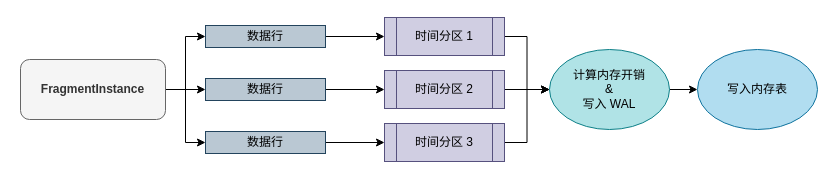
Above: 设计图/FragmentInstance写入MemTable流程.drawio in THUMarkLau/thuthesis (draw.io), before the change. Source tidied: cells renumbered, new cells numbered last; positions are measured from the earlier drawing's top-left corner, leaving out a move shared by most shapes. Both pictures are drawn from the tidied source at 100%, with x=0, y=0 at pixel (20, 17).
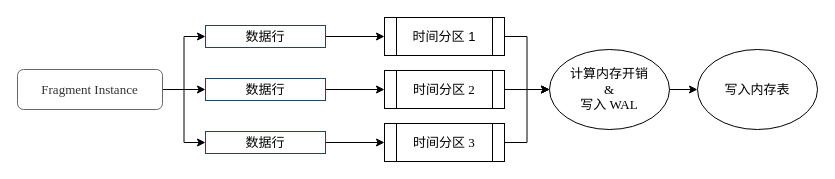
Above is the later version.

What changed in the source:
```diff
@@
-    <mxCell id="2" style="edgeStyle=orthogonalEdgeStyle;rounded=0;jettySize=auto;html=1;entryX=0;entryY=0.5;entryDx=0;entryDy=0;" parent="1" edge="1" source="5" target="7">
+    <mxCell id="2" style="edgeStyle=orthogonalEdgeStyle;rounded=0;jettySize=auto;html=1;entryX=0;entryY=0.5;entryDx=0;entryDy=0;fontFamily=Times New Roman;fontSize=13;" parent="1" edge="1" source="5" target="7">
       <mxGeometry relative="1" as="geometry" />
     </mxCell>
-    <mxCell id="3" style="edgeStyle=orthogonalEdgeStyle;rounded=0;jettySize=auto;html=1;" parent="1" edge="1" source="5" target="9">
+    <mxCell id="3" style="edgeStyle=orthogonalEdgeStyle;rounded=0;jettySize=auto;html=1;fontFamily=Times New Roman;fontSize=13;" parent="1" edge="1" source="5" target="9">
       <mxGeometry relative="1" as="geometry" />
     </mxCell>
-    <mxCell id="4" style="edgeStyle=orthogonalEdgeStyle;rounded=0;jettySize=auto;html=1;entryX=0;entryY=0.5;entryDx=0;entryDy=0;" parent="1" edge="1" source="5" target="11">
+    <mxCell id="4" style="edgeStyle=orthogonalEdgeStyle;rounded=0;jettySize=auto;html=1;entryX=0;entryY=0.5;entryDx=0;entryDy=0;fontFamily=Times New Roman;fontSize=13;" parent="1" edge="1" source="5" target="11">
       <mxGeometry relative="1" as="geometry" />
     </mxCell>
-    <mxCell id="5" value="&lt;b&gt;FragmentInstance&lt;/b&gt;" style="rounded=1;whiteSpace=wrap;html=1;fillColor=#f5f5f5;fontColor=#333333;strokeColor=#666666;" parent="1" vertex="1">
-      <mxGeometry y="42" width="145" height="60" as="geometry" />
+    <mxCell id="5" value="&lt;span style=&quot;font-size: 13px;&quot;&gt;Fragment Instance&lt;/span&gt;" style="rounded=1;whiteSpace=wrap;html=1;fillColor=none;fontColor=#333333;strokeColor=#666666;fontStyle=0;fontFamily=Times New Roman;fontSize=13;" parent="1" vertex="1">
+      <mxGeometry x="-3" y="52" width="145" height="40" as="geometry" />
     </mxCell>
-    <mxCell id="6" style="edgeStyle=orthogonalEdgeStyle;rounded=0;jettySize=auto;html=1;entryX=0;entryY=0.5;entryDx=0;entryDy=0;" parent="1" edge="1" source="7" target="13">
+    <mxCell id="6" style="edgeStyle=orthogonalEdgeStyle;rounded=0;jettySize=auto;html=1;entryX=0;entryY=0.5;entryDx=0;entryDy=0;fontFamily=Times New Roman;fontSize=13;" parent="1" edge="1" source="7" target="13">
       <mxGeometry relative="1" as="geometry" />
     </mxCell>
-    <mxCell id="7" value="数据行" style="rounded=0;whiteSpace=wrap;html=1;fillColor=#bac8d3;strokeColor=#23445d;" parent="1" vertex="1">
+    <mxCell id="7" value="数据行" style="rounded=0;whiteSpace=wrap;html=1;fillColor=none;strokeColor=#23445d;fontFamily=Times New Roman;fontSize=13;" parent="1" vertex="1">
       <mxGeometry x="185" y="8" width="120" height="22" as="geometry" />
     </mxCell>
-    <mxCell id="8" style="edgeStyle=orthogonalEdgeStyle;rounded=0;jettySize=auto;html=1;" parent="1" edge="1" source="9" target="15">
+    <mxCell id="8" style="edgeStyle=orthogonalEdgeStyle;rounded=0;jettySize=auto;html=1;fontFamily=Times New Roman;fontSize=13;" parent="1" edge="1" source="9" target="15">
       <mxGeometry relative="1" as="geometry" />
     </mxCell>
-    <mxCell id="9" value="数据行" style="rounded=0;whiteSpace=wrap;html=1;fillColor=#bac8d3;strokeColor=#23445d;" parent="1" vertex="1">
+    <mxCell id="9" value="数据行" style="rounded=0;whiteSpace=wrap;html=1;fillColor=none;strokeColor=#23445d;fontFamily=Times New Roman;fontSize=13;" parent="1" vertex="1">
       <mxGeometry x="185" y="61" width="120" height="22" as="geometry" />
     </mxCell>
-    <mxCell id="10" style="edgeStyle=orthogonalEdgeStyle;rounded=0;jettySize=auto;html=1;" parent="1" edge="1" source="11" target="17">
+    <mxCell id="10" style="edgeStyle=orthogonalEdgeStyle;rounded=0;jettySize=auto;html=1;fontFamily=Times New Roman;fontSize=13;" parent="1" edge="1" source="11" target="17">
       <mxGeometry relative="1" as="geometry" />
     </mxCell>
-    <mxCell id="11" value="数据行" style="rounded=0;whiteSpace=wrap;html=1;fillColor=#bac8d3;strokeColor=#23445d;" parent="1" vertex="1">
+    <mxCell id="11" value="数据行" style="rounded=0;whiteSpace=wrap;html=1;fillColor=none;strokeColor=#23445d;fontFamily=Times New Roman;fontSize=13;" parent="1" vertex="1">
       <mxGeometry x="185" y="114" width="120" height="22" as="geometry" />
     </mxCell>
-    <mxCell id="12" style="edgeStyle=orthogonalEdgeStyle;rounded=0;jettySize=auto;html=1;" parent="1" edge="1" source="13" target="19">
+    <mxCell id="12" style="edgeStyle=orthogonalEdgeStyle;rounded=0;jettySize=auto;html=1;fontFamily=Times New Roman;fontSize=13;" parent="1" edge="1" source="13" target="19">
       <mxGeometry relative="1" as="geometry" />
     </mxCell>
-    <mxCell id="13" value="时间分区 1" style="shape=process;whiteSpace=wrap;html=1;backgroundOutline=1;fillColor=#d0cee2;strokeColor=#56517e;" parent="1" vertex="1">
+    <mxCell id="13" value="时间分区 1" style="shape=process;whiteSpace=wrap;html=1;backgroundOutline=1;fillColor=none;strokeColor=#000000;fontSize=13;" parent="1" vertex="1">
       <mxGeometry x="364" width="120" height="38" as="geometry" />
     </mxCell>
-    <mxCell id="14" style="edgeStyle=orthogonalEdgeStyle;rounded=0;jettySize=auto;html=1;entryX=0;entryY=0.5;entryDx=0;entryDy=0;" parent="1" edge="1" source="15" target="19">
+    <mxCell id="14" style="edgeStyle=orthogonalEdgeStyle;rounded=0;jettySize=auto;html=1;entryX=0;entryY=0.5;entryDx=0;entryDy=0;fontFamily=Times New Roman;fontSize=13;" parent="1" edge="1" source="15" target="19">
       <mxGeometry relative="1" as="geometry" />
     </mxCell>
-    <mxCell id="15" value="时间分区 2" style="shape=process;whiteSpace=wrap;html=1;backgroundOutline=1;fillColor=#d0cee2;strokeColor=#56517e;" parent="1" vertex="1">
+    <mxCell id="15" value="时间分区 2" style="shape=process;whiteSpace=wrap;html=1;backgroundOutline=1;fillColor=none;strokeColor=#000000;fontFamily=Times New Roman;fontSize=13;" parent="1" vertex="1">
       <mxGeometry x="364" y="53" width="120" height="38" as="geometry" />
     </mxCell>
-    <mxCell id="16" style="edgeStyle=orthogonalEdgeStyle;rounded=0;jettySize=auto;html=1;entryX=0;entryY=0.5;entryDx=0;entryDy=0;" parent="1" edge="1" source="17" target="19">
+    <mxCell id="16" style="edgeStyle=orthogonalEdgeStyle;rounded=0;jettySize=auto;html=1;entryX=0;entryY=0.5;entryDx=0;entryDy=0;fontFamily=Times New Roman;fontSize=13;" parent="1" edge="1" source="17" target="19">
       <mxGeometry relative="1" as="geometry" />
     </mxCell>
-    <mxCell id="17" value="时间分区 3" style="shape=process;whiteSpace=wrap;html=1;backgroundOutline=1;fillColor=#d0cee2;strokeColor=#56517e;" parent="1" vertex="1">
+    <mxCell id="17" value="时间分区 3" style="shape=process;whiteSpace=wrap;html=1;backgroundOutline=1;fillColor=none;strokeColor=#000000;fontFamily=Times New Roman;fontSize=13;" parent="1" vertex="1">
       <mxGeometry x="364" y="106" width="120" height="38" as="geometry" />
     </mxCell>
-    <mxCell id="18" style="edgeStyle=orthogonalEdgeStyle;rounded=0;jettySize=auto;html=1;" parent="1" edge="1" source="19" target="20">
+    <mxCell id="18" style="edgeStyle=orthogonalEdgeStyle;rounded=0;jettySize=auto;html=1;fontFamily=Times New Roman;fontSize=13;" parent="1" edge="1" source="19" target="20">
       <mxGeometry relative="1" as="geometry" />
     </mxCell>
-    <mxCell id="19" value="计算内存开销&lt;br&gt;&amp;amp;&lt;br&gt;写入 WAL" style="ellipse;whiteSpace=wrap;html=1;fillColor=#b0e3e6;strokeColor=#0e8088;" parent="1" vertex="1">
+    <mxCell id="19" value="计算内存开销&lt;br style=&quot;font-size: 13px;&quot;&gt;&amp;amp;&lt;br style=&quot;font-size: 13px;&quot;&gt;写入 WAL" style="ellipse;whiteSpace=wrap;html=1;fillColor=none;strokeColor=#000000;fontFamily=Times New Roman;fontSize=13;" parent="1" vertex="1">
       <mxGeometry x="529" y="32" width="120" height="80" as="geometry" />
     </mxCell>
-    <mxCell id="20" value="写入内存表" style="ellipse;whiteSpace=wrap;html=1;fillColor=#b1ddf0;strokeColor=#10739e;" parent="1" vertex="1">
+    <mxCell id="20" value="写入内存表" style="ellipse;whiteSpace=wrap;html=1;fillColor=none;strokeColor=#000000;fontFamily=Times New Roman;fontSize=13;" parent="1" vertex="1">
       <mxGeometry x="677" y="32" width="120" height="80" as="geometry" />
     </mxCell>
```
